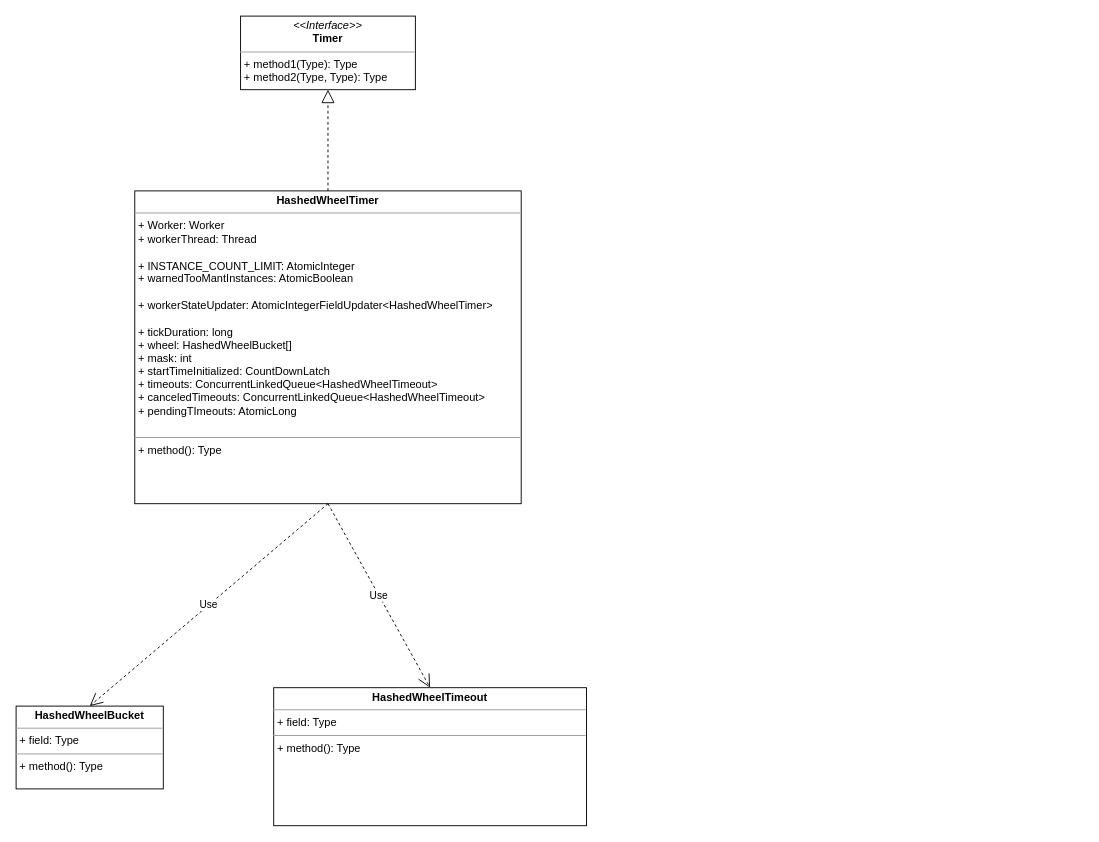
This is page "时间轮" (2 of 2) of raft.drawio from Echidnaaa/draw, a draw.io file, before an edit. Source tidied: cells renumbered, new cells numbered last; positions are measured from the earlier drawing's top-left corner, leaving out a move shared by most shapes. Both pictures are drawn from the tidied source at 92%, with x=0, y=0 at pixel (16, 16).
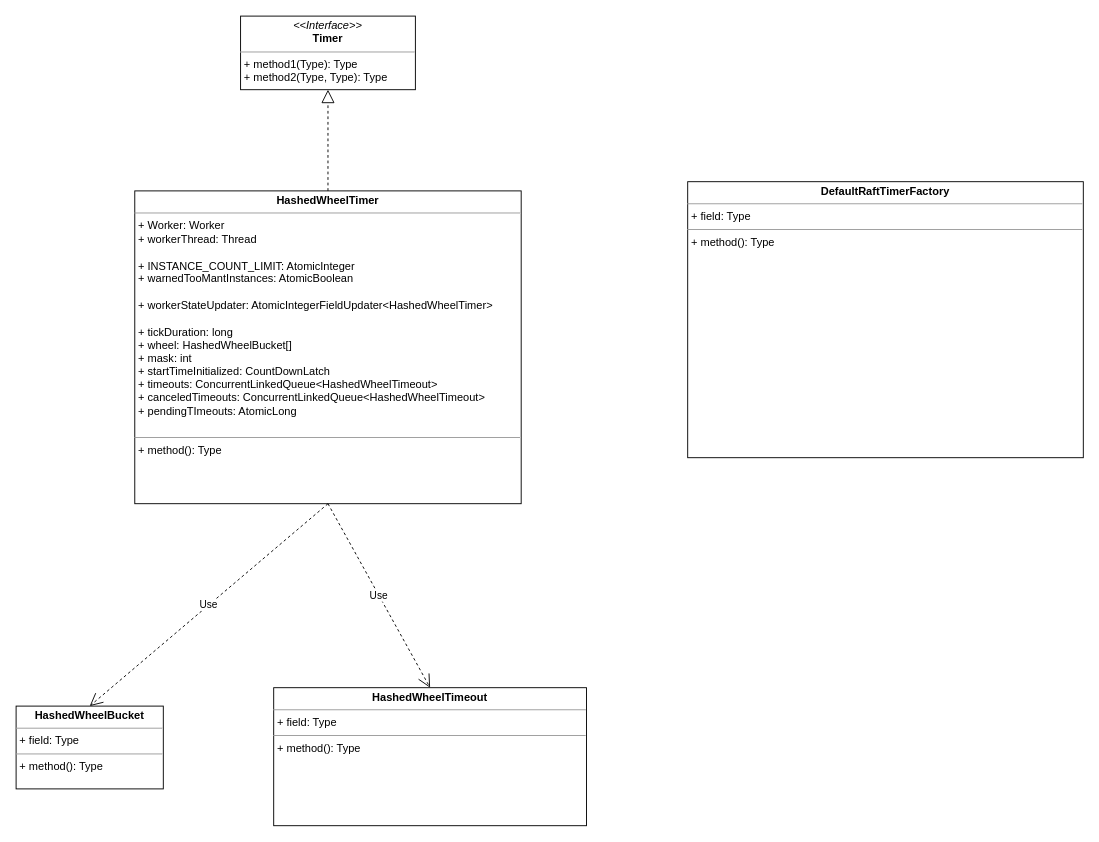
Above is the later version.

Change to the diagram source:
```diff
@@
 <mxGraphModel>
   <root>
     <mxCell id="0" />
     <mxCell id="1" parent="0" />
     <mxCell id="2" value="&lt;p style=&quot;margin: 0px ; margin-top: 4px ; text-align: center&quot;&gt;&lt;b&gt;HashedWheelTimer&lt;/b&gt;&lt;/p&gt;&lt;hr size=&quot;1&quot;&gt;&lt;p style=&quot;margin: 0px ; margin-left: 4px&quot;&gt;+ Worker: Worker&lt;/p&gt;&lt;p style=&quot;margin: 0px ; margin-left: 4px&quot;&gt;+ workerThread: Thread&lt;/p&gt;&lt;p style=&quot;margin: 0px ; margin-left: 4px&quot;&gt;&lt;br&gt;&lt;/p&gt;&lt;p style=&quot;margin: 0px ; margin-left: 4px&quot;&gt;+ INSTANCE_COUNT_LIMIT: AtomicInteger&lt;/p&gt;&lt;p style=&quot;margin: 0px ; margin-left: 4px&quot;&gt;+ warnedTooMantInstances: AtomicBoolean&lt;/p&gt;&lt;p style=&quot;margin: 0px ; margin-left: 4px&quot;&gt;&lt;br&gt;&lt;/p&gt;&lt;p style=&quot;margin: 0px ; margin-left: 4px&quot;&gt;+ workerStateUpdater: AtomicIntegerFieldUpdater&amp;lt;HashedWheelTimer&amp;gt;&lt;/p&gt;&lt;p style=&quot;margin: 0px ; margin-left: 4px&quot;&gt;&lt;br&gt;&lt;/p&gt;&lt;p style=&quot;margin: 0px ; margin-left: 4px&quot;&gt;+ tickDuration: long&lt;/p&gt;&lt;p style=&quot;margin: 0px ; margin-left: 4px&quot;&gt;+ wheel: HashedWheelBucket[]&lt;/p&gt;&lt;p style=&quot;margin: 0px ; margin-left: 4px&quot;&gt;+ mask: int&lt;/p&gt;&lt;p style=&quot;margin: 0px ; margin-left: 4px&quot;&gt;+ startTimeInitialized: CountDownLatch&lt;/p&gt;&lt;p style=&quot;margin: 0px ; margin-left: 4px&quot;&gt;+ timeouts: ConcurrentLinkedQueue&amp;lt;HashedWheelTimeout&amp;gt;&lt;/p&gt;&lt;p style=&quot;margin: 0px ; margin-left: 4px&quot;&gt;+ canceledTimeouts: ConcurrentLinkedQueue&amp;lt;HashedWheelTimeout&amp;gt;&lt;/p&gt;&lt;p style=&quot;margin: 0px ; margin-left: 4px&quot;&gt;+ pendingTImeouts: AtomicLong&lt;/p&gt;&lt;p style=&quot;margin: 0px ; margin-left: 4px&quot;&gt;&lt;br&gt;&lt;/p&gt;&lt;hr size=&quot;1&quot;&gt;&lt;p style=&quot;margin: 0px ; margin-left: 4px&quot;&gt;+ method(): Type&lt;/p&gt;" style="verticalAlign=top;align=left;overflow=fill;fontSize=12;fontFamily=Helvetica;html=1;" parent="1" vertex="1">
       <mxGeometry x="129" y="190" width="420" height="340" as="geometry" />
     </mxCell>
     <mxCell id="3" value="&lt;p style=&quot;margin: 0px ; margin-top: 4px ; text-align: center&quot;&gt;&lt;b&gt;HashedWheelBucket&lt;/b&gt;&lt;/p&gt;&lt;hr size=&quot;1&quot;&gt;&lt;p style=&quot;margin: 0px ; margin-left: 4px&quot;&gt;+ field: Type&lt;/p&gt;&lt;hr size=&quot;1&quot;&gt;&lt;p style=&quot;margin: 0px ; margin-left: 4px&quot;&gt;+ method(): Type&lt;/p&gt;" style="verticalAlign=top;align=left;overflow=fill;fontSize=12;fontFamily=Helvetica;html=1;" parent="1" vertex="1">
       <mxGeometry y="750" width="160" height="90" as="geometry" />
     </mxCell>
     <mxCell id="4" value="Use" style="endArrow=open;endSize=12;dashed=1;html=1;exitX=0.5;exitY=1;exitDx=0;exitDy=0;entryX=0.5;entryY=0;entryDx=0;entryDy=0;" parent="1" edge="1" source="2" target="3">
       <mxGeometry relative="1" as="geometry" />
     </mxCell>
     <mxCell id="5" value="&lt;p style=&quot;margin: 0px ; margin-top: 4px ; text-align: center&quot;&gt;&lt;b&gt;HashedWheelTimeout&lt;/b&gt;&lt;/p&gt;&lt;hr size=&quot;1&quot;&gt;&lt;p style=&quot;margin: 0px ; margin-left: 4px&quot;&gt;+ field: Type&lt;/p&gt;&lt;hr size=&quot;1&quot;&gt;&lt;p style=&quot;margin: 0px ; margin-left: 4px&quot;&gt;+ method(): Type&lt;/p&gt;" style="verticalAlign=top;align=left;overflow=fill;fontSize=12;fontFamily=Helvetica;html=1;" parent="1" vertex="1">
       <mxGeometry x="280" y="730" width="340" height="150" as="geometry" />
     </mxCell>
     <mxCell id="6" value="Use" style="endArrow=open;endSize=12;dashed=1;html=1;exitX=0.5;exitY=1;exitDx=0;exitDy=0;entryX=0.5;entryY=0;entryDx=0;entryDy=0;" parent="1" edge="1" source="2" target="5">
       <mxGeometry relative="1" as="geometry" />
     </mxCell>
     <mxCell id="7" style="endArrow=block;dashed=1;endFill=0;endSize=12;html=1;exitX=0.5;exitY=0;exitDx=0;exitDy=0;entryX=0.5;entryY=1;entryDx=0;entryDy=0;" parent="1" edge="1" source="2" target="8">
       <mxGeometry relative="1" as="geometry" />
     </mxCell>
     <mxCell id="8" value="&lt;p style=&quot;margin: 0px ; margin-top: 4px ; text-align: center&quot;&gt;&lt;i&gt;&amp;lt;&amp;lt;Interface&amp;gt;&amp;gt;&lt;/i&gt;&lt;br&gt;&lt;b&gt;Timer&lt;/b&gt;&lt;/p&gt;&lt;hr size=&quot;1&quot;&gt;&lt;p style=&quot;margin: 0px ; margin-left: 4px&quot;&gt;+ method1(Type): Type&lt;br&gt;+ method2(Type, Type): Type&lt;/p&gt;" style="verticalAlign=top;align=left;overflow=fill;fontSize=12;fontFamily=Helvetica;html=1;" parent="1" vertex="1">
       <mxGeometry x="244" width="190" height="80" as="geometry" />
     </mxCell>
+    <mxCell id="9" value="&lt;p style=&quot;margin: 0px ; margin-top: 4px ; text-align: center&quot;&gt;&lt;b&gt;DefaultRaftTimerFactory&lt;/b&gt;&lt;/p&gt;&lt;hr size=&quot;1&quot;&gt;&lt;p style=&quot;margin: 0px ; margin-left: 4px&quot;&gt;+ field: Type&lt;/p&gt;&lt;hr size=&quot;1&quot;&gt;&lt;p style=&quot;margin: 0px ; margin-left: 4px&quot;&gt;+ method(): Type&lt;/p&gt;" style="verticalAlign=top;align=left;overflow=fill;fontSize=12;fontFamily=Helvetica;html=1;" parent="1" vertex="1">
+      <mxGeometry x="730" y="180" width="430" height="300" as="geometry" />
+    </mxCell>
   </root>
 </mxGraphModel>
```
